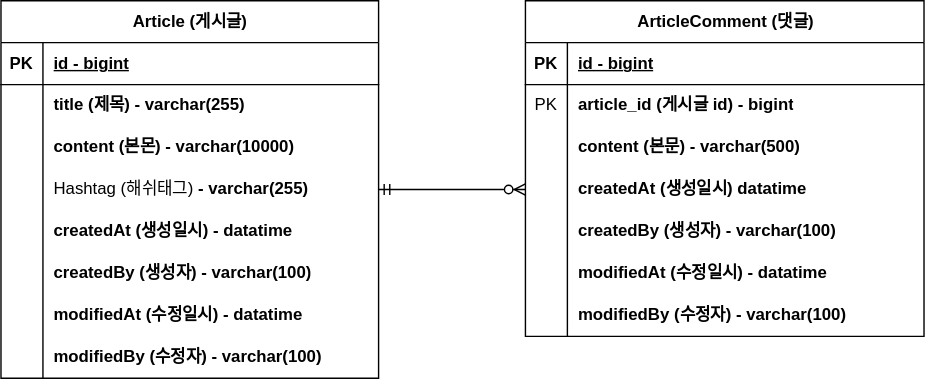
The draw.io diagram document/project-board-erd.svg in sungin95/fastcampus-project-board, before a commit. Source tidied: cells renumbered, new cells last; positions are measured from the earlier drawing's top-left corner, leaving out a move shared by most shapes.
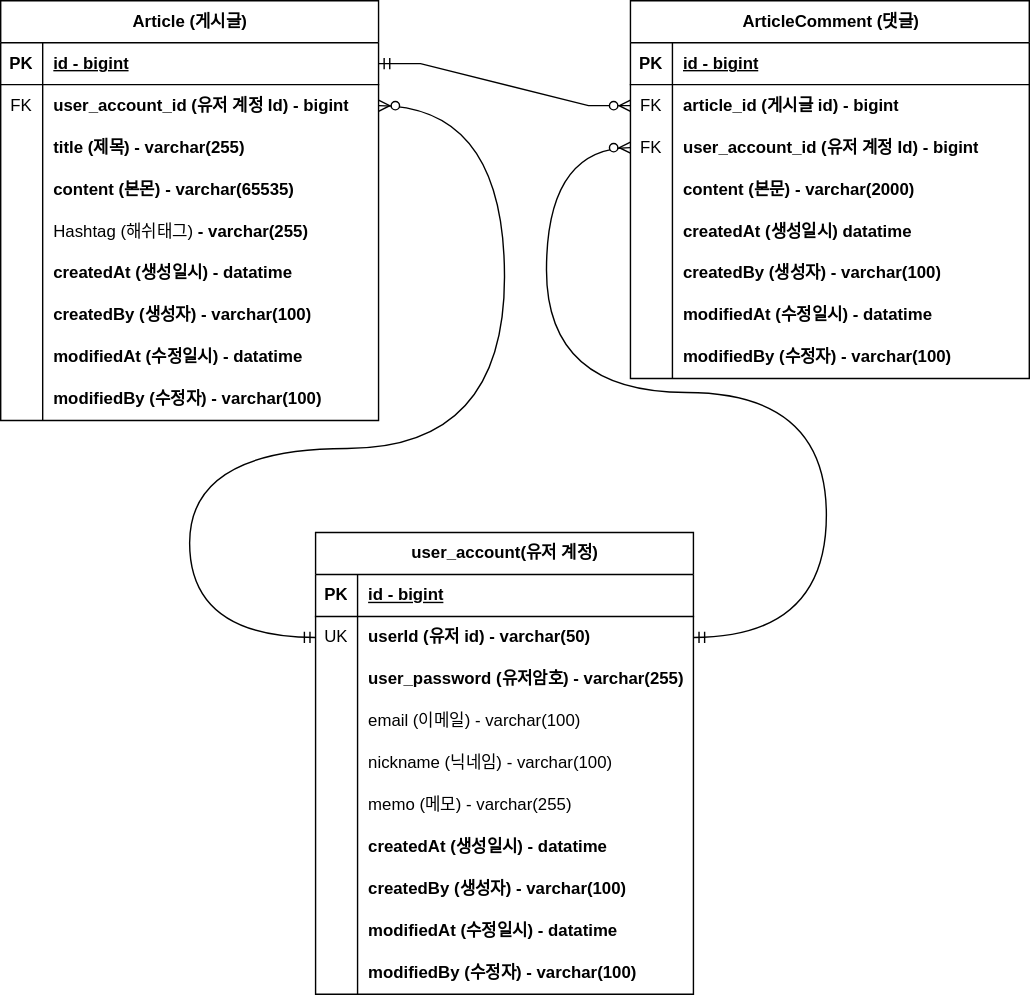
Later version of the same file.

Commit message:
user_account 추가

Diff of the diagram source:
```diff
@@ -5,3 +5,3 @@
     <mxCell id="2" value="Article (게시글)" style="shape=table;startSize=30;rowLines=0;fontStyle=1;align=center;html=1;" parent="1" vertex="1">
-      <mxGeometry width="270" height="270" as="geometry" />
+      <mxGeometry x="150" y="-10" width="270" height="300" as="geometry" />
     </mxCell>
@@ -19,10 +19,19 @@
     </mxCell>
-    <mxCell id="7" style="shape=partialRectangle;fillColor=none;top=0;left=0;bottom=0;right=0;overflow=hidden;whiteSpace=wrap;html=1;" parent="6" vertex="1">
+    <mxCell id="7" value="FK" style="shape=partialRectangle;fillColor=none;top=0;left=0;bottom=0;right=0;overflow=hidden;whiteSpace=wrap;html=1;" parent="6" vertex="1">
       <mxGeometry width="30" height="30" as="geometry" />
     </mxCell>
-    <mxCell id="8" value="&lt;b&gt;title (제목) - varchar(255)&lt;/b&gt;" style="shape=partialRectangle;fillColor=none;top=0;left=0;bottom=0;right=0;align=left;spacingLeft=6;overflow=hidden;whiteSpace=wrap;html=1;" parent="6" vertex="1">
+    <mxCell id="8" value="&lt;b&gt;user_account_id (유저 계정 Id) - bigint&lt;/b&gt;" style="shape=partialRectangle;fillColor=none;top=0;left=0;bottom=0;right=0;align=left;spacingLeft=6;overflow=hidden;whiteSpace=wrap;html=1;" parent="6" vertex="1">
       <mxGeometry x="30" width="240" height="30" as="geometry" />
     </mxCell>
+    <mxCell id="50" style="shape=tableRow;horizontal=0;startSize=0;swimlaneHead=0;swimlaneBody=0;fillColor=none;top=0;left=0;right=0;bottom=0;" parent="2" vertex="1">
+      <mxGeometry y="90" width="270" height="30" as="geometry" />
+    </mxCell>
+    <mxCell id="51" style="shape=partialRectangle;fillColor=none;top=0;left=0;bottom=0;right=0;overflow=hidden;whiteSpace=wrap;html=1;" parent="50" vertex="1">
+      <mxGeometry width="30" height="30" as="geometry" />
+    </mxCell>
+    <mxCell id="52" value="&lt;b&gt;title (제목) - varchar(255)&lt;/b&gt;" style="shape=partialRectangle;fillColor=none;top=0;left=0;bottom=0;right=0;align=left;spacingLeft=6;overflow=hidden;whiteSpace=wrap;html=1;" parent="50" vertex="1">
+      <mxGeometry x="30" width="240" height="30" as="geometry" />
+    </mxCell>
     <mxCell id="9" style="shape=tableRow;horizontal=0;startSize=0;swimlaneHead=0;swimlaneBody=0;fillColor=none;top=0;left=0;right=0;bottom=0;" parent="2" vertex="1">
-      <mxGeometry y="90" width="270" height="30" as="geometry" />
+      <mxGeometry y="120" width="270" height="30" as="geometry" />
     </mxCell>
@@ -31,3 +40,3 @@
     </mxCell>
-    <mxCell id="11" value="&lt;b&gt;content (본몬) - varchar(10000)&lt;/b&gt;" style="shape=partialRectangle;fillColor=none;top=0;left=0;bottom=0;right=0;align=left;spacingLeft=6;overflow=hidden;whiteSpace=wrap;html=1;" parent="9" vertex="1">
+    <mxCell id="11" value="&lt;b&gt;content (본몬) - varchar(65535)&lt;/b&gt;" style="shape=partialRectangle;fillColor=none;top=0;left=0;bottom=0;right=0;align=left;spacingLeft=6;overflow=hidden;whiteSpace=wrap;html=1;" parent="9" vertex="1">
       <mxGeometry x="30" width="240" height="30" as="geometry" />
@@ -35,3 +44,3 @@
     <mxCell id="12" style="shape=tableRow;horizontal=0;startSize=0;swimlaneHead=0;swimlaneBody=0;fillColor=none;points=[[0,0.5],[1,0.5]];portConstraint=eastwest;top=0;left=0;right=0;bottom=0;" parent="2" vertex="1">
-      <mxGeometry y="120" width="270" height="30" as="geometry" />
+      <mxGeometry y="150" width="270" height="30" as="geometry" />
     </mxCell>
@@ -44,3 +53,3 @@
     <mxCell id="15" style="shape=tableRow;horizontal=0;startSize=0;swimlaneHead=0;swimlaneBody=0;fillColor=none;top=0;left=0;right=0;bottom=0;" parent="2" vertex="1">
-      <mxGeometry y="150" width="270" height="30" as="geometry" />
+      <mxGeometry y="180" width="270" height="30" as="geometry" />
     </mxCell>
@@ -53,3 +62,3 @@
     <mxCell id="18" style="shape=tableRow;horizontal=0;startSize=0;swimlaneHead=0;swimlaneBody=0;fillColor=none;top=0;left=0;right=0;bottom=0;" parent="2" vertex="1">
-      <mxGeometry y="180" width="270" height="30" as="geometry" />
+      <mxGeometry y="210" width="270" height="30" as="geometry" />
     </mxCell>
@@ -62,3 +71,3 @@
     <mxCell id="21" style="shape=tableRow;horizontal=0;startSize=0;swimlaneHead=0;swimlaneBody=0;fillColor=none;top=0;left=0;right=0;bottom=0;" parent="2" vertex="1">
-      <mxGeometry y="210" width="270" height="30" as="geometry" />
+      <mxGeometry y="240" width="270" height="30" as="geometry" />
     </mxCell>
@@ -71,3 +80,3 @@
     <mxCell id="24" style="shape=tableRow;horizontal=0;startSize=0;swimlaneHead=0;swimlaneBody=0;fillColor=none;top=0;left=0;right=0;bottom=0;" parent="2" vertex="1">
-      <mxGeometry y="240" width="270" height="30" as="geometry" />
+      <mxGeometry y="270" width="270" height="30" as="geometry" />
     </mxCell>
@@ -80,3 +89,3 @@
     <mxCell id="27" value="ArticleComment (댓글)" style="shape=table;startSize=30;rowLines=0;fontStyle=1;align=center;html=1;" parent="1" vertex="1">
-      <mxGeometry x="375" width="285" height="240" as="geometry" />
+      <mxGeometry x="600" y="-10" width="285" height="270" as="geometry" />
     </mxCell>
@@ -94,10 +103,19 @@
     </mxCell>
-    <mxCell id="32" value="PK" style="shape=partialRectangle;fillColor=none;top=0;left=0;bottom=0;right=0;overflow=hidden;whiteSpace=wrap;html=1;" parent="31" vertex="1">
+    <mxCell id="32" value="FK" style="shape=partialRectangle;fillColor=none;top=0;left=0;bottom=0;right=0;overflow=hidden;whiteSpace=wrap;html=1;" parent="31" vertex="1">
       <mxGeometry width="30" height="30" as="geometry" />
     </mxCell>
-    <mxCell id="33" value="&lt;b&gt;article_id (게시글 id) - bigint&lt;/b&gt;" style="shape=partialRectangle;fillColor=none;top=0;left=0;bottom=0;right=0;align=left;spacingLeft=6;overflow=hidden;whiteSpace=wrap;html=1;" parent="31" vertex="1">
+    <mxCell id="33" value="&lt;b style=&quot;border-color: var(--border-color);&quot;&gt;article_id (게시글 id) - bigint&lt;/b&gt;" style="shape=partialRectangle;fillColor=none;top=0;left=0;bottom=0;right=0;align=left;spacingLeft=6;overflow=hidden;whiteSpace=wrap;html=1;" parent="31" vertex="1">
       <mxGeometry x="30" width="255" height="30" as="geometry" />
     </mxCell>
+    <mxCell id="53" style="shape=tableRow;horizontal=0;startSize=0;swimlaneHead=0;swimlaneBody=0;fillColor=none;points=[[0,0.5],[1,0.5]];portConstraint=eastwest;top=0;left=0;right=0;bottom=0;" parent="27" vertex="1">
+      <mxGeometry y="90" width="285" height="30" as="geometry" />
+    </mxCell>
+    <mxCell id="54" value="FK" style="shape=partialRectangle;fillColor=none;top=0;left=0;bottom=0;right=0;overflow=hidden;whiteSpace=wrap;html=1;" parent="53" vertex="1">
+      <mxGeometry width="30" height="30" as="geometry" />
+    </mxCell>
+    <mxCell id="55" value="&lt;b style=&quot;border-color: var(--border-color);&quot;&gt;user_account_id (유저 계정 Id) - bigint&lt;/b&gt;" style="shape=partialRectangle;fillColor=none;top=0;left=0;bottom=0;right=0;align=left;spacingLeft=6;overflow=hidden;whiteSpace=wrap;html=1;" parent="53" vertex="1">
+      <mxGeometry x="30" width="255" height="30" as="geometry" />
+    </mxCell>
     <mxCell id="34" style="shape=tableRow;horizontal=0;startSize=0;swimlaneHead=0;swimlaneBody=0;fillColor=none;top=0;left=0;right=0;bottom=0;" parent="27" vertex="1">
-      <mxGeometry y="90" width="285" height="30" as="geometry" />
+      <mxGeometry y="120" width="285" height="30" as="geometry" />
     </mxCell>
@@ -106,3 +124,3 @@
     </mxCell>
-    <mxCell id="36" value="&lt;b&gt;content (본문)&amp;nbsp;&lt;/b&gt;&lt;b style=&quot;border-color: var(--border-color);&quot;&gt;- varchar(500)&lt;/b&gt;" style="shape=partialRectangle;fillColor=none;top=0;left=0;bottom=0;right=0;align=left;spacingLeft=6;overflow=hidden;whiteSpace=wrap;html=1;" parent="34" vertex="1">
+    <mxCell id="36" value="&lt;b&gt;content (본문)&amp;nbsp;&lt;/b&gt;&lt;b style=&quot;border-color: var(--border-color);&quot;&gt;- varchar(2000)&lt;/b&gt;" style="shape=partialRectangle;fillColor=none;top=0;left=0;bottom=0;right=0;align=left;spacingLeft=6;overflow=hidden;whiteSpace=wrap;html=1;" parent="34" vertex="1">
       <mxGeometry x="30" width="255" height="30" as="geometry" />
@@ -110,3 +128,3 @@
     <mxCell id="37" style="shape=tableRow;horizontal=0;startSize=0;swimlaneHead=0;swimlaneBody=0;fillColor=none;points=[[0,0.5],[1,0.5]];portConstraint=eastwest;top=0;left=0;right=0;bottom=0;" parent="27" vertex="1">
-      <mxGeometry y="120" width="285" height="30" as="geometry" />
+      <mxGeometry y="150" width="285" height="30" as="geometry" />
     </mxCell>
@@ -119,3 +137,3 @@
     <mxCell id="40" style="shape=tableRow;horizontal=0;startSize=0;swimlaneHead=0;swimlaneBody=0;fillColor=none;top=0;left=0;right=0;bottom=0;" parent="27" vertex="1">
-      <mxGeometry y="150" width="285" height="30" as="geometry" />
+      <mxGeometry y="180" width="285" height="30" as="geometry" />
     </mxCell>
@@ -128,3 +146,3 @@
     <mxCell id="43" style="shape=tableRow;horizontal=0;startSize=0;swimlaneHead=0;swimlaneBody=0;fillColor=none;top=0;left=0;right=0;bottom=0;" parent="27" vertex="1">
-      <mxGeometry y="180" width="285" height="30" as="geometry" />
+      <mxGeometry y="210" width="285" height="30" as="geometry" />
     </mxCell>
@@ -137,3 +155,3 @@
     <mxCell id="46" style="shape=tableRow;horizontal=0;startSize=0;swimlaneHead=0;swimlaneBody=0;fillColor=none;top=0;left=0;right=0;bottom=0;" parent="27" vertex="1">
-      <mxGeometry y="210" width="285" height="30" as="geometry" />
+      <mxGeometry y="240" width="285" height="30" as="geometry" />
     </mxCell>
@@ -145,5 +163,118 @@
     </mxCell>
-    <mxCell id="49" style="edgeStyle=entityRelationEdgeStyle;fontSize=12;html=1;endArrow=ERzeroToMany;startArrow=ERmandOne;rounded=0;exitX=1;exitY=0.5;exitDx=0;exitDy=0;entryX=0;entryY=0.5;entryDx=0;entryDy=0;" parent="1" edge="1" source="12" target="37">
+    <mxCell id="49" style="edgeStyle=entityRelationEdgeStyle;fontSize=12;html=1;endArrow=ERzeroToMany;startArrow=ERmandOne;rounded=0;exitX=1;exitY=0.5;exitDx=0;exitDy=0;entryX=0;entryY=0.5;entryDx=0;entryDy=0;" parent="1" edge="1" source="3" target="31">
       <mxGeometry relative="1" as="geometry" />
     </mxCell>
+    <mxCell id="56" value="user_account(유저 계정)" style="shape=table;startSize=30;rowLines=0;fontStyle=1;align=center;html=1;" parent="1" vertex="1">
+      <mxGeometry x="375" y="370" width="270" height="330" as="geometry" />
+    </mxCell>
+    <mxCell id="57" style="shape=tableRow;horizontal=0;startSize=0;swimlaneHead=0;swimlaneBody=0;fillColor=none;top=0;left=0;right=0;bottom=1;" parent="56" vertex="1">
+      <mxGeometry y="30" width="270" height="30" as="geometry" />
+    </mxCell>
+    <mxCell id="58" value="PK" style="shape=partialRectangle;fillColor=none;top=0;left=0;bottom=0;right=0;fontStyle=1;overflow=hidden;whiteSpace=wrap;html=1;" parent="57" vertex="1">
+      <mxGeometry width="30" height="30" as="geometry" />
+    </mxCell>
+    <mxCell id="59" value="id - bigint" style="shape=partialRectangle;fillColor=none;top=0;left=0;bottom=0;right=0;align=left;spacingLeft=6;fontStyle=5;overflow=hidden;whiteSpace=wrap;html=1;" parent="57" vertex="1">
+      <mxGeometry x="30" width="240" height="30" as="geometry" />
+    </mxCell>
+    <mxCell id="60" style="shape=tableRow;horizontal=0;startSize=0;swimlaneHead=0;swimlaneBody=0;fillColor=none;points=[[0,0.5],[1,0.5]];portConstraint=eastwest;top=0;left=0;right=0;bottom=0;" parent="56" vertex="1">
+      <mxGeometry y="60" width="270" height="30" as="geometry" />
+    </mxCell>
+    <mxCell id="61" value="UK" style="shape=partialRectangle;fillColor=none;top=0;left=0;bottom=0;right=0;overflow=hidden;whiteSpace=wrap;html=1;" parent="60" vertex="1">
+      <mxGeometry width="30" height="30" as="geometry" />
+    </mxCell>
+    <mxCell id="62" value="&lt;b&gt;userId (유저 id) - varchar(50)&lt;/b&gt;" style="shape=partialRectangle;fillColor=none;top=0;left=0;bottom=0;right=0;align=left;spacingLeft=6;overflow=hidden;whiteSpace=wrap;html=1;" parent="60" vertex="1">
+      <mxGeometry x="30" width="240" height="30" as="geometry" />
+    </mxCell>
+    <mxCell id="63" style="shape=tableRow;horizontal=0;startSize=0;swimlaneHead=0;swimlaneBody=0;fillColor=none;top=0;left=0;right=0;bottom=0;" parent="56" vertex="1">
+      <mxGeometry y="90" width="270" height="30" as="geometry" />
+    </mxCell>
+    <mxCell id="64" style="shape=partialRectangle;fillColor=none;top=0;left=0;bottom=0;right=0;overflow=hidden;whiteSpace=wrap;html=1;" parent="63" vertex="1">
+      <mxGeometry width="30" height="30" as="geometry" />
+    </mxCell>
+    <mxCell id="65" value="&lt;b&gt;user_password (유저암호) - varchar(255)&lt;/b&gt;" style="shape=partialRectangle;fillColor=none;top=0;left=0;bottom=0;right=0;align=left;spacingLeft=6;overflow=hidden;whiteSpace=wrap;html=1;" parent="63" vertex="1">
+      <mxGeometry x="30" width="240" height="30" as="geometry" />
+    </mxCell>
+    <mxCell id="66" style="shape=tableRow;horizontal=0;startSize=0;swimlaneHead=0;swimlaneBody=0;fillColor=none;top=0;left=0;right=0;bottom=0;" parent="56" vertex="1">
+      <mxGeometry y="120" width="270" height="30" as="geometry" />
+    </mxCell>
+    <mxCell id="67" style="shape=partialRectangle;fillColor=none;top=0;left=0;bottom=0;right=0;overflow=hidden;whiteSpace=wrap;html=1;" parent="66" vertex="1">
+      <mxGeometry width="30" height="30" as="geometry" />
+    </mxCell>
+    <mxCell id="68" value="email (이메일) - varchar(100)" style="shape=partialRectangle;fillColor=none;top=0;left=0;bottom=0;right=0;align=left;spacingLeft=6;overflow=hidden;whiteSpace=wrap;html=1;" parent="66" vertex="1">
+      <mxGeometry x="30" width="240" height="30" as="geometry" />
+    </mxCell>
+    <mxCell id="69" style="shape=tableRow;horizontal=0;startSize=0;swimlaneHead=0;swimlaneBody=0;fillColor=none;top=0;left=0;right=0;bottom=0;" parent="56" vertex="1">
+      <mxGeometry y="150" width="270" height="30" as="geometry" />
+    </mxCell>
+    <mxCell id="70" style="shape=partialRectangle;fillColor=none;top=0;left=0;bottom=0;right=0;overflow=hidden;whiteSpace=wrap;html=1;" parent="69" vertex="1">
+      <mxGeometry width="30" height="30" as="geometry" />
+    </mxCell>
+    <mxCell id="71" value="nickname (닉네임) - varchar(100)&lt;span style=&quot;white-space: pre;&quot;&gt;&#9;&lt;/span&gt;" style="shape=partialRectangle;fillColor=none;top=0;left=0;bottom=0;right=0;align=left;spacingLeft=6;overflow=hidden;whiteSpace=wrap;html=1;" parent="69" vertex="1">
+      <mxGeometry x="30" width="240" height="30" as="geometry" />
+    </mxCell>
+    <mxCell id="72" style="shape=tableRow;horizontal=0;startSize=0;swimlaneHead=0;swimlaneBody=0;fillColor=none;top=0;left=0;right=0;bottom=0;" parent="56" vertex="1">
+      <mxGeometry y="180" width="270" height="30" as="geometry" />
+    </mxCell>
+    <mxCell id="73" style="shape=partialRectangle;fillColor=none;top=0;left=0;bottom=0;right=0;overflow=hidden;whiteSpace=wrap;html=1;" parent="72" vertex="1">
+      <mxGeometry width="30" height="30" as="geometry" />
+    </mxCell>
+    <mxCell id="74" value="memo (메모) - varchar(255)" style="shape=partialRectangle;fillColor=none;top=0;left=0;bottom=0;right=0;align=left;spacingLeft=6;overflow=hidden;whiteSpace=wrap;html=1;" parent="72" vertex="1">
+      <mxGeometry x="30" width="240" height="30" as="geometry" />
+    </mxCell>
+    <mxCell id="75" style="shape=tableRow;horizontal=0;startSize=0;swimlaneHead=0;swimlaneBody=0;fillColor=none;top=0;left=0;right=0;bottom=0;" parent="56" vertex="1">
+      <mxGeometry y="210" width="270" height="30" as="geometry" />
+    </mxCell>
+    <mxCell id="76" style="shape=partialRectangle;fillColor=none;top=0;left=0;bottom=0;right=0;overflow=hidden;whiteSpace=wrap;html=1;" parent="75" vertex="1">
+      <mxGeometry width="30" height="30" as="geometry" />
+    </mxCell>
+    <mxCell id="77" value="&lt;b&gt;createdAt (생성일시) - datatime&lt;/b&gt;" style="shape=partialRectangle;fillColor=none;top=0;left=0;bottom=0;right=0;align=left;spacingLeft=6;overflow=hidden;whiteSpace=wrap;html=1;" parent="75" vertex="1">
+      <mxGeometry x="30" width="240" height="30" as="geometry" />
+    </mxCell>
+    <mxCell id="78" style="shape=tableRow;horizontal=0;startSize=0;swimlaneHead=0;swimlaneBody=0;fillColor=none;top=0;left=0;right=0;bottom=0;" parent="56" vertex="1">
+      <mxGeometry y="240" width="270" height="30" as="geometry" />
+    </mxCell>
+    <mxCell id="79" style="shape=partialRectangle;fillColor=none;top=0;left=0;bottom=0;right=0;overflow=hidden;whiteSpace=wrap;html=1;" parent="78" vertex="1">
+      <mxGeometry width="30" height="30" as="geometry" />
+    </mxCell>
+    <mxCell id="80" value="&lt;b&gt;createdBy (생성자)&amp;nbsp;&lt;/b&gt;&lt;b style=&quot;border-color: var(--border-color);&quot;&gt;- varchar(100)&lt;/b&gt;" style="shape=partialRectangle;fillColor=none;top=0;left=0;bottom=0;right=0;align=left;spacingLeft=6;overflow=hidden;whiteSpace=wrap;html=1;" parent="78" vertex="1">
+      <mxGeometry x="30" width="240" height="30" as="geometry" />
+    </mxCell>
+    <mxCell id="81" style="shape=tableRow;horizontal=0;startSize=0;swimlaneHead=0;swimlaneBody=0;fillColor=none;top=0;left=0;right=0;bottom=0;" parent="56" vertex="1">
+      <mxGeometry y="270" width="270" height="30" as="geometry" />
+    </mxCell>
+    <mxCell id="82" style="shape=partialRectangle;fillColor=none;top=0;left=0;bottom=0;right=0;overflow=hidden;whiteSpace=wrap;html=1;" parent="81" vertex="1">
+      <mxGeometry width="30" height="30" as="geometry" />
+    </mxCell>
+    <mxCell id="83" value="&lt;b&gt;modifiedAt (수정일시) - datatime&lt;/b&gt;" style="shape=partialRectangle;fillColor=none;top=0;left=0;bottom=0;right=0;align=left;spacingLeft=6;overflow=hidden;whiteSpace=wrap;html=1;" parent="81" vertex="1">
+      <mxGeometry x="30" width="240" height="30" as="geometry" />
+    </mxCell>
+    <mxCell id="84" style="shape=tableRow;horizontal=0;startSize=0;swimlaneHead=0;swimlaneBody=0;fillColor=none;top=0;left=0;right=0;bottom=0;" parent="56" vertex="1">
+      <mxGeometry y="300" width="270" height="30" as="geometry" />
+    </mxCell>
+    <mxCell id="85" style="shape=partialRectangle;fillColor=none;top=0;left=0;bottom=0;right=0;overflow=hidden;whiteSpace=wrap;html=1;" parent="84" vertex="1">
+      <mxGeometry width="30" height="30" as="geometry" />
+    </mxCell>
+    <mxCell id="86" value="&lt;b&gt;modifiedBy (수정자)&amp;nbsp;&lt;/b&gt;&lt;b style=&quot;border-color: var(--border-color);&quot;&gt;- varchar(100)&lt;/b&gt;" style="shape=partialRectangle;fillColor=none;top=0;left=0;bottom=0;right=0;align=left;spacingLeft=6;overflow=hidden;whiteSpace=wrap;html=1;" parent="84" vertex="1">
+      <mxGeometry x="30" width="240" height="30" as="geometry" />
+    </mxCell>
+    <mxCell id="87" style="edgeStyle=orthogonalEdgeStyle;fontSize=12;html=1;endArrow=ERzeroToMany;startArrow=ERmandOne;rounded=0;exitX=1;exitY=0.5;exitDx=0;exitDy=0;entryX=0;entryY=0.5;entryDx=0;entryDy=0;curved=1;" parent="1" edge="1" source="60" target="53">
+      <mxGeometry relative="1" as="geometry">
+        <Array as="points">
+          <mxPoint x="740" y="445" />
+          <mxPoint x="740" y="270" />
+          <mxPoint x="540" y="270" />
+          <mxPoint x="540" y="95" />
+        </Array>
+      </mxGeometry>
+    </mxCell>
+    <mxCell id="88" style="edgeStyle=orthogonalEdgeStyle;fontSize=12;html=1;endArrow=ERzeroToMany;startArrow=ERmandOne;rounded=0;exitX=0;exitY=0.5;exitDx=0;exitDy=0;curved=1;" parent="1" edge="1" source="60" target="6">
+      <mxGeometry relative="1" as="geometry">
+        <Array as="points">
+          <mxPoint x="285" y="445" />
+          <mxPoint x="285" y="310" />
+          <mxPoint x="510" y="310" />
+          <mxPoint x="510" y="65" />
+        </Array>
+      </mxGeometry>
+    </mxCell>
   </root>
```
